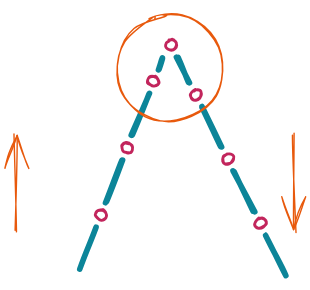
Before: source/_static/common/sub_t02.excalidraw.svg, a diagram exported from Excalidraw (Project-YXKJ/SilverStarSCS.Docs-zh-cn). Source tidied: one line per element, renumbered; positions are measured from the earlier drawing's top-left corner, leaving out a move shared by most shapes.
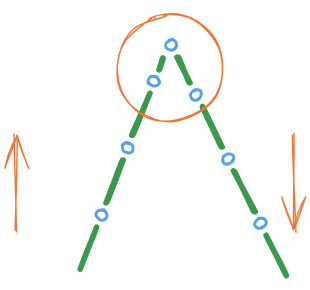
After the change.

The edit, as a diff of the source:
```diff
@@ -1,18 +1,18 @@
-{"id": 0, "type": "line", "strokeColor": "#0c8599", "angle": 5.82, "strokeWidth": 4, "roughness": 1, "round": true, "x": 163, "y": 143, "width": 0, "height": 32, "points": [[0, 0], [0, -32]]}
+{"id": 0, "type": "line", "strokeColor": "#2f9e44", "angle": 5.82, "strokeWidth": 4, "roughness": 1, "round": true, "x": 163, "y": 143, "width": 0, "height": 32, "points": [[0, 0], [0, -32]]}
-{"id": 1, "type": "line", "strokeColor": "#0c8599", "angle": 5.82, "strokeWidth": 4, "roughness": 1, "x": 186, "y": 189, "width": 0, "height": 32, "points": [[0, 0], [0, -32]]}
+{"id": 1, "type": "line", "strokeColor": "#2f9e44", "angle": 5.82, "strokeWidth": 4, "roughness": 1, "x": 186, "y": 189, "width": 0, "height": 32, "points": [[0, 0], [0, -32]]}
-{"id": 2, "type": "line", "strokeColor": "#0c8599", "angle": 5.82, "strokeWidth": 4, "roughness": 1, "round": true, "x": 140, "y": 97, "width": 0, "height": 32, "points": [[0, 0], [0, -32]]}
+{"id": 2, "type": "line", "strokeColor": "#2f9e44", "angle": 5.82, "strokeWidth": 4, "roughness": 1, "round": true, "x": 140, "y": 97, "width": 0, "height": 32, "points": [[0, 0], [0, -32]]}
-{"id": 3, "type": "line", "strokeColor": "#0c8599", "angle": 5.82, "strokeWidth": 4, "roughness": 1, "round": true, "x": 120, "y": 50, "width": 0, "height": 21, "points": [[0, 0], [0, -21]]}
+{"id": 3, "type": "line", "strokeColor": "#2f9e44", "angle": 5.82, "strokeWidth": 4, "roughness": 1, "round": true, "x": 120, "y": 50, "width": 0, "height": 21, "points": [[0, 0], [0, -21]]}
+{"id": 8, "type": "line", "strokeColor": "#2f9e44", "angle": 0.37, "strokeWidth": 4, "roughness": 1, "round": true, "x": 71, "y": 135, "width": 0, "height": 32, "points": [[0, 0], [0, -32]]}
+{"id": 9, "type": "line", "strokeColor": "#2f9e44", "angle": 0.37, "strokeWidth": 4, "roughness": 1, "x": 52, "y": 183, "width": 0, "height": 32, "points": [[0, 0], [0, -32]]}
+{"id": 10, "type": "line", "strokeColor": "#2f9e44", "angle": 0.37, "strokeWidth": 4, "roughness": 1, "round": true, "x": 89, "y": 88, "width": 0, "height": 32, "points": [[0, 0], [0, -32]]}
+{"id": 11, "type": "line", "strokeColor": "#2f9e44", "angle": 0.37, "strokeWidth": 4, "roughness": 1, "round": true, "x": 104, "y": 39, "width": 0, "height": 8, "points": [[0, 0], [0, -8]]}
-{"id": 4, "type": "ellipse", "strokeColor": "#c2255c", "angle": 5.82, "strokeWidth": 2, "roughness": 1, "round": true, "x": 171, "y": 146, "width": 8, "height": 7}
+{"id": 4, "type": "ellipse", "strokeColor": "#1971c2", "angle": 5.82, "strokeWidth": 2, "roughness": 1, "round": true, "x": 171, "y": 146, "width": 8, "height": 7}
-{"id": 5, "type": "ellipse", "strokeColor": "#c2255c", "angle": 5.82, "strokeWidth": 2, "roughness": 1, "round": true, "x": 148, "y": 100, "width": 8, "height": 7}
+{"id": 5, "type": "ellipse", "strokeColor": "#1971c2", "angle": 5.82, "strokeWidth": 2, "roughness": 1, "round": true, "x": 148, "y": 100, "width": 8, "height": 7}
-{"id": 6, "type": "ellipse", "strokeColor": "#c2255c", "angle": 5.82, "strokeWidth": 2, "roughness": 1, "round": true, "x": 125, "y": 54, "width": 8, "height": 7}
+{"id": 6, "type": "ellipse", "strokeColor": "#1971c2", "angle": 5.82, "strokeWidth": 2, "roughness": 1, "round": true, "x": 125, "y": 54, "width": 8, "height": 7}
-{"id": 7, "type": "ellipse", "strokeColor": "#c2255c", "angle": 5.82, "strokeWidth": 2, "roughness": 1, "round": true, "x": 107, "y": 18, "width": 8, "height": 7}
+{"id": 7, "type": "ellipse", "strokeColor": "#1971c2", "angle": 5.82, "strokeWidth": 2, "roughness": 1, "round": true, "x": 107, "y": 18, "width": 8, "height": 7}
-{"id": 8, "type": "line", "strokeColor": "#0c8599", "angle": 0.37, "strokeWidth": 4, "roughness": 1, "round": true, "x": 71, "y": 135, "width": 0, "height": 32, "points": [[0, 0], [0, -32]]}
-{"id": 9, "type": "line", "strokeColor": "#0c8599", "angle": 0.37, "strokeWidth": 4, "roughness": 1, "x": 52, "y": 183, "width": 0, "height": 32, "points": [[0, 0], [0, -32]]}
-{"id": 10, "type": "line", "strokeColor": "#0c8599", "angle": 0.37, "strokeWidth": 4, "roughness": 1, "round": true, "x": 89, "y": 88, "width": 0, "height": 32, "points": [[0, 0], [0, -32]]}
-{"id": 11, "type": "line", "strokeColor": "#0c8599", "angle": 0.37, "strokeWidth": 4, "roughness": 1, "round": true, "x": 104, "y": 39, "width": 0, "height": 8, "points": [[0, 0], [0, -8]]}
-{"id": 12, "type": "ellipse", "strokeColor": "#c2255c", "angle": 0.37, "strokeWidth": 2, "roughness": 1, "round": true, "x": 57, "y": 140, "width": 8, "height": 7}
+{"id": 12, "type": "ellipse", "strokeColor": "#1971c2", "angle": 0.37, "strokeWidth": 2, "roughness": 1, "round": true, "x": 57, "y": 140, "width": 8, "height": 7}
-{"id": 13, "type": "ellipse", "strokeColor": "#c2255c", "angle": 0.37, "strokeWidth": 2, "roughness": 1, "round": true, "x": 76, "y": 92, "width": 8, "height": 7}
+{"id": 13, "type": "ellipse", "strokeColor": "#1971c2", "angle": 0.37, "strokeWidth": 2, "roughness": 1, "round": true, "x": 76, "y": 92, "width": 8, "height": 7}
-{"id": 14, "type": "ellipse", "strokeColor": "#c2255c", "angle": 0.37, "strokeWidth": 2, "roughness": 1, "round": true, "x": 95, "y": 44, "width": 8, "height": 7}
+{"id": 14, "type": "ellipse", "strokeColor": "#1971c2", "angle": 0.37, "strokeWidth": 2, "roughness": 1, "round": true, "x": 95, "y": 44, "width": 8, "height": 7}
 {"id": 15, "type": "ellipse", "strokeColor": "#e8590c", "strokeWidth": 1, "roughness": 1, "x": 73, "y": 0, "width": 76, "height": 77}
 {"id": 16, "type": "arrow", "strokeColor": "#e8590c", "strokeWidth": 1, "roughness": 1, "endArrowhead": "arrow", "round": true, "x": 0, "y": 156, "width": 0, "height": 69, "points": [[0, 0], [0, -69]]}
-{"id": 17, "type": "arrow", "strokeColor": "#e8590c", "strokeWidth": 1, "roughness": 1, "startArrowhead": "arrow", "round": true, "x": 200, "y": 155, "width": 0, "height": 69, "points": [[0, 0], [0, -69]]}
+{"id": 17, "type": "arrow", "strokeColor": "#e8590c", "strokeWidth": 1, "roughness": 1, "startArrowhead": "arrow", "round": true, "x": 199, "y": 155, "width": 0, "height": 69, "points": [[0, 0], [0, -69]]}
```
